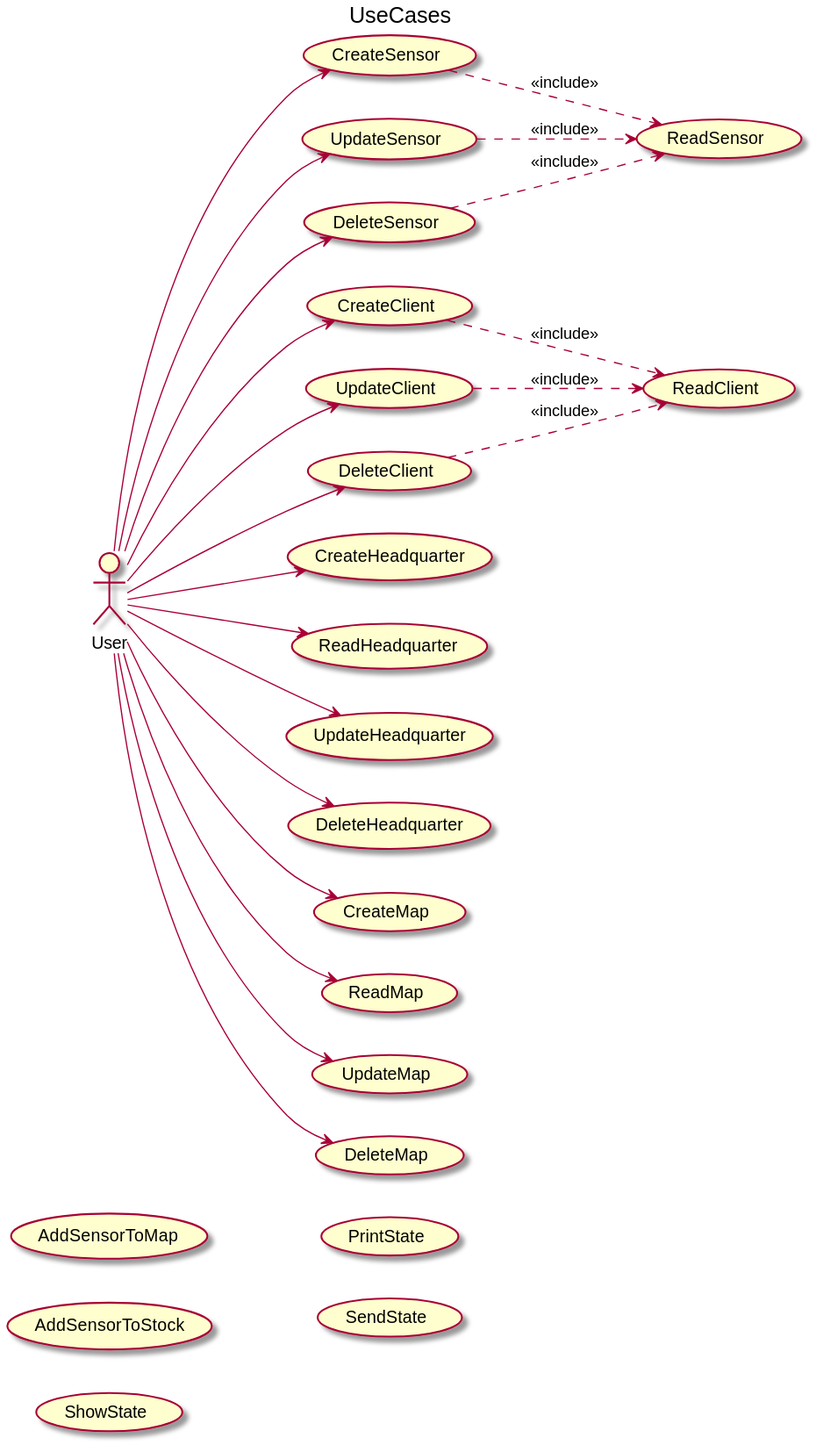
Above: docs/src/useCase/useCase.svg in jumpering/pestmonitors (PlantUML), before the change. The source it was exported from:
```plantuml
@startuml
title UseCases
left to right direction
actor User

usecase CreateSensor
usecase ReadSensor
usecase UpdateSensor
usecase DeleteSensor
usecase AddSensorToMap
usecase AddSensorToStock

usecase ShowState
usecase PrintState
usecase SendState

usecase CreateClient
usecase ReadClient
usecase UpdateClient
usecase DeleteClient

usecase CreateHeadquarter
usecase ReadHeadquarter
usecase UpdateHeadquarter
usecase DeleteHeadquarter

usecase CreateMap
usecase ReadMap
usecase UpdateMap
usecase DeleteMap


User --> CreateSensor
CreateSensor ..> ReadSensor  : "<<include>>"
User --> UpdateSensor
UpdateSensor ..> ReadSensor  : "<<include>>"
User --> DeleteSensor
DeleteSensor ..> ReadSensor  : "<<include>>"


User --> CreateClient
CreateClient ..> ReadClient : "<<include>>"
User --> UpdateClient
UpdateClient ..> ReadClient : "<<include>>"
User --> DeleteClient
DeleteClient ..> ReadClient : "<<include>>"

User --> CreateHeadquarter
User --> ReadHeadquarter
User --> UpdateHeadquarter
User --> DeleteHeadquarter

User --> CreateMap
User --> ReadMap
User --> UpdateMap
User --> DeleteMap

@enduml
```
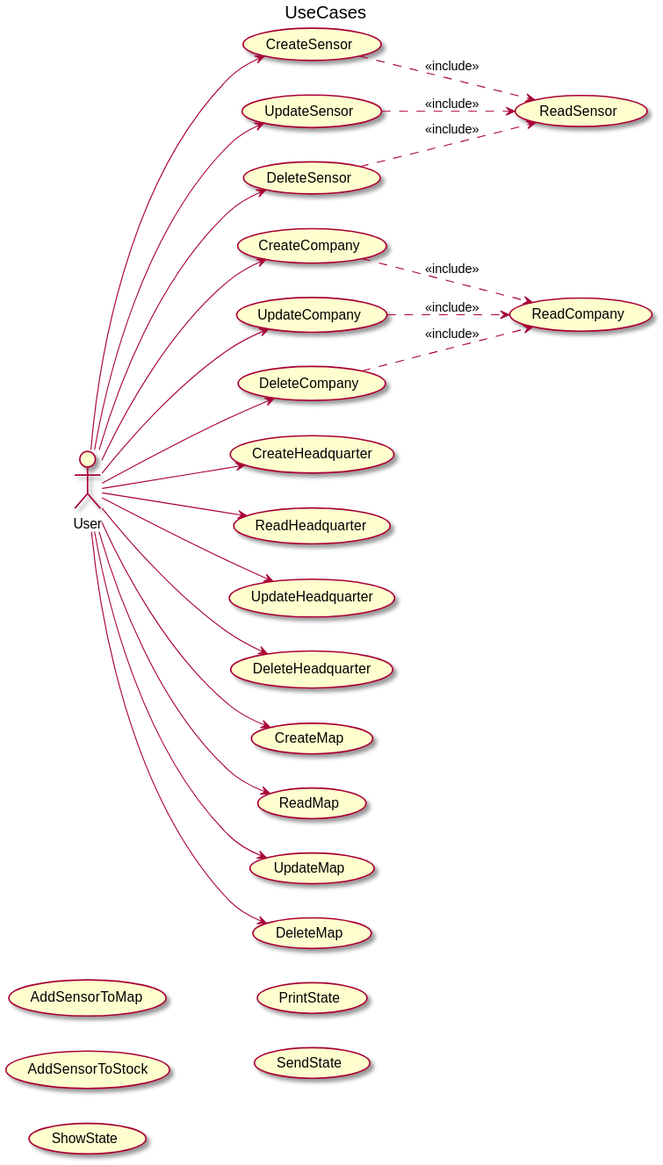
The same file after the commit.

The edit, as a diff of the source:
```diff
@@ -14,10 +14,10 @@
 usecase PrintState
 usecase SendState
 
-usecase CreateClient
-usecase ReadClient
-usecase UpdateClient
-usecase DeleteClient
+usecase CreateCompany
+usecase ReadCompany
+usecase UpdateCompany
+usecase DeleteCompany
 
 usecase CreateHeadquarter
 usecase ReadHeadquarter
@@ -38,12 +38,12 @@
 DeleteSensor ..> ReadSensor  : "<<include>>"
 
 
-User --> CreateClient
-CreateClient ..> ReadClient : "<<include>>"
-User --> UpdateClient
-UpdateClient ..> ReadClient : "<<include>>"
-User --> DeleteClient
-DeleteClient ..> ReadClient : "<<include>>"
+User --> CreateCompany
+CreateCompany ..> ReadCompany : "<<include>>"
+User --> UpdateCompany
+UpdateCompany ..> ReadCompany : "<<include>>"
+User --> DeleteCompany
+DeleteCompany ..> ReadCompany : "<<include>>"
 
 User --> CreateHeadquarter
 User --> ReadHeadquarter
@@ -54,5 +54,4 @@
 User --> ReadMap
 User --> UpdateMap
 User --> DeleteMap
-
 @enduml
```
